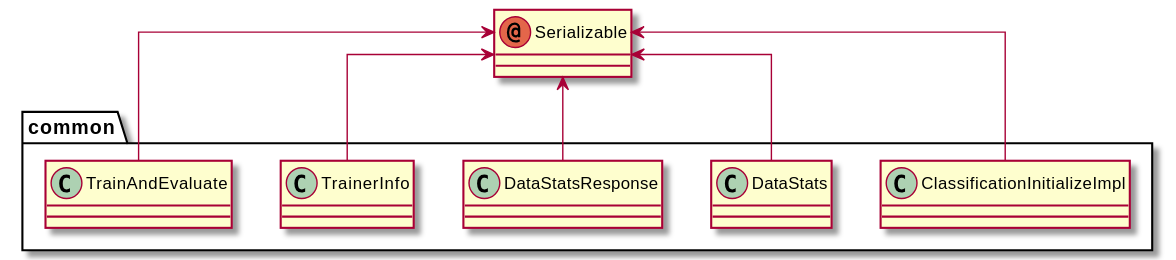
R3Conclave/conclave-samples keeps this PlantUML diagram as tribuo-tutorials/docs/classification.svg. Above is the earlier version. Its diagram source:
```plantuml
@startuml "classification"
skinparam linetype ortho

annotation Serializable

package common {
    class ClassificationInitializeImpl
    class DataStats
    class DataStatsResponse
    class TrainerInfo
    class TrainAndEvaluate
}

ClassificationInitializeImpl -u-> Serializable
DataStats -u-> Serializable
DataStatsResponse -u-> Serializable
TrainerInfo -u-> Serializable
TrainAndEvaluate -u-> Serializable

@enduml
```
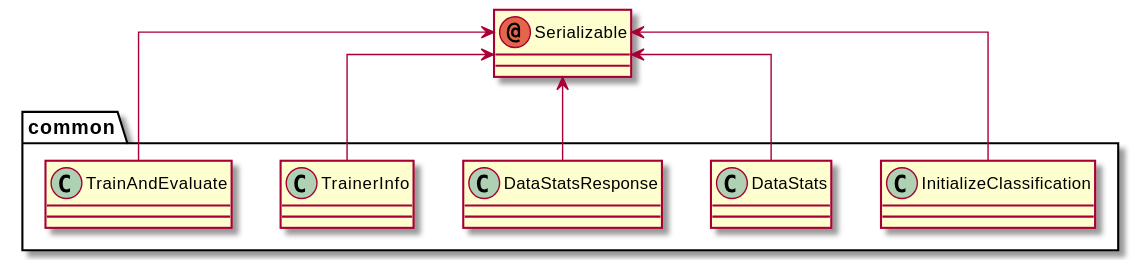
The same diagram one commit later.

Commit message:
Fix naming convention for classification and clustering initializers

Change to the diagram source:
```diff
@@ -4,14 +4,14 @@
 annotation Serializable
 
 package common {
-    class ClassificationInitializeImpl
+    class InitializeClassification
     class DataStats
     class DataStatsResponse
     class TrainerInfo
     class TrainAndEvaluate
 }
 
-ClassificationInitializeImpl -u-> Serializable
+InitializeClassification -u-> Serializable
 DataStats -u-> Serializable
 DataStatsResponse -u-> Serializable
 TrainerInfo -u-> Serializable
```
